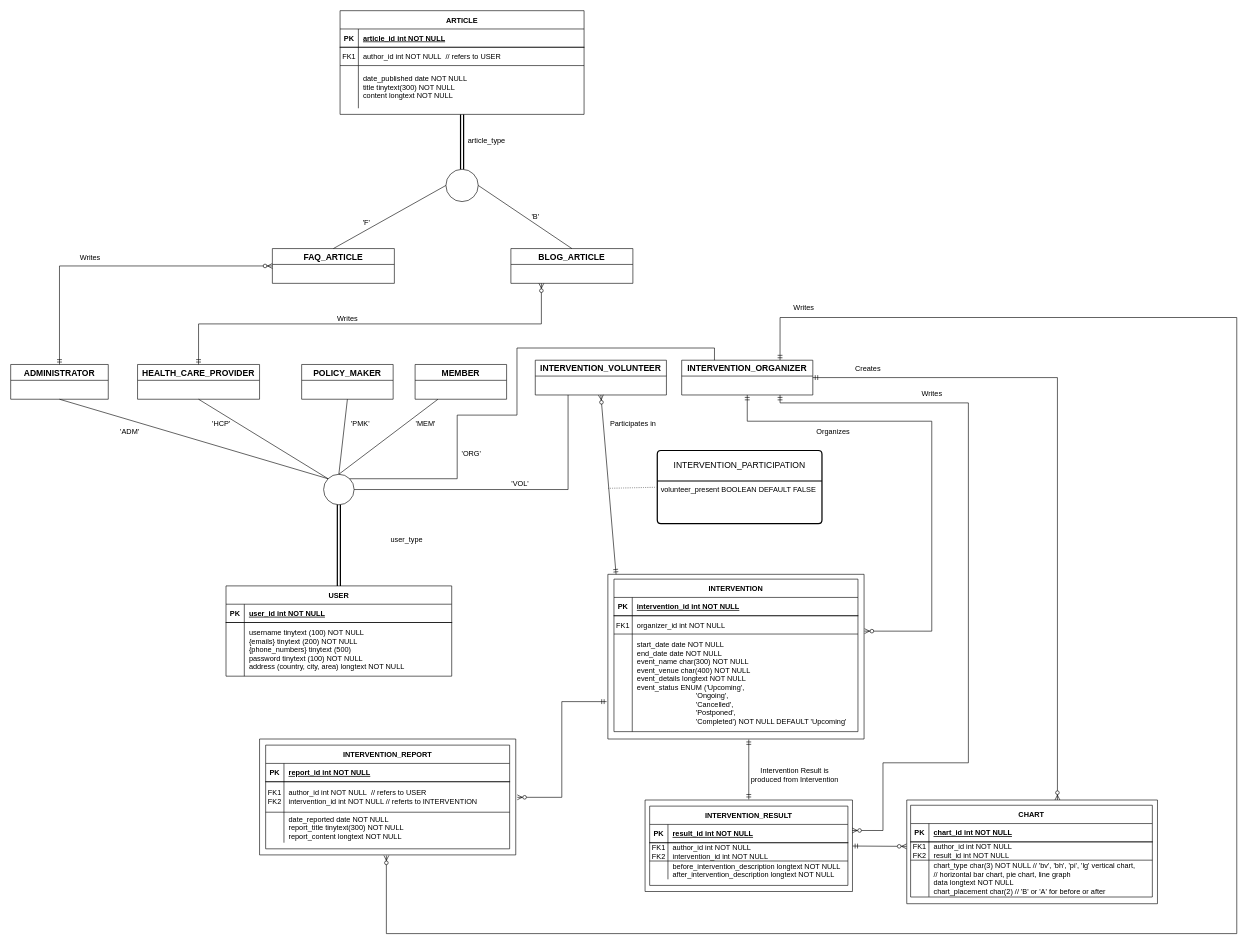
Above: EERD.drawio in BloodRiver/public-health-interventions (draw.io), before the change. Source tidied: cells renumbered, new cells numbered last; positions are measured from the earlier drawing's top-left corner, leaving out a move shared by most shapes. Both pictures are drawn from the tidied source at 61%, with x=0, y=0 at pixel (10, 10).
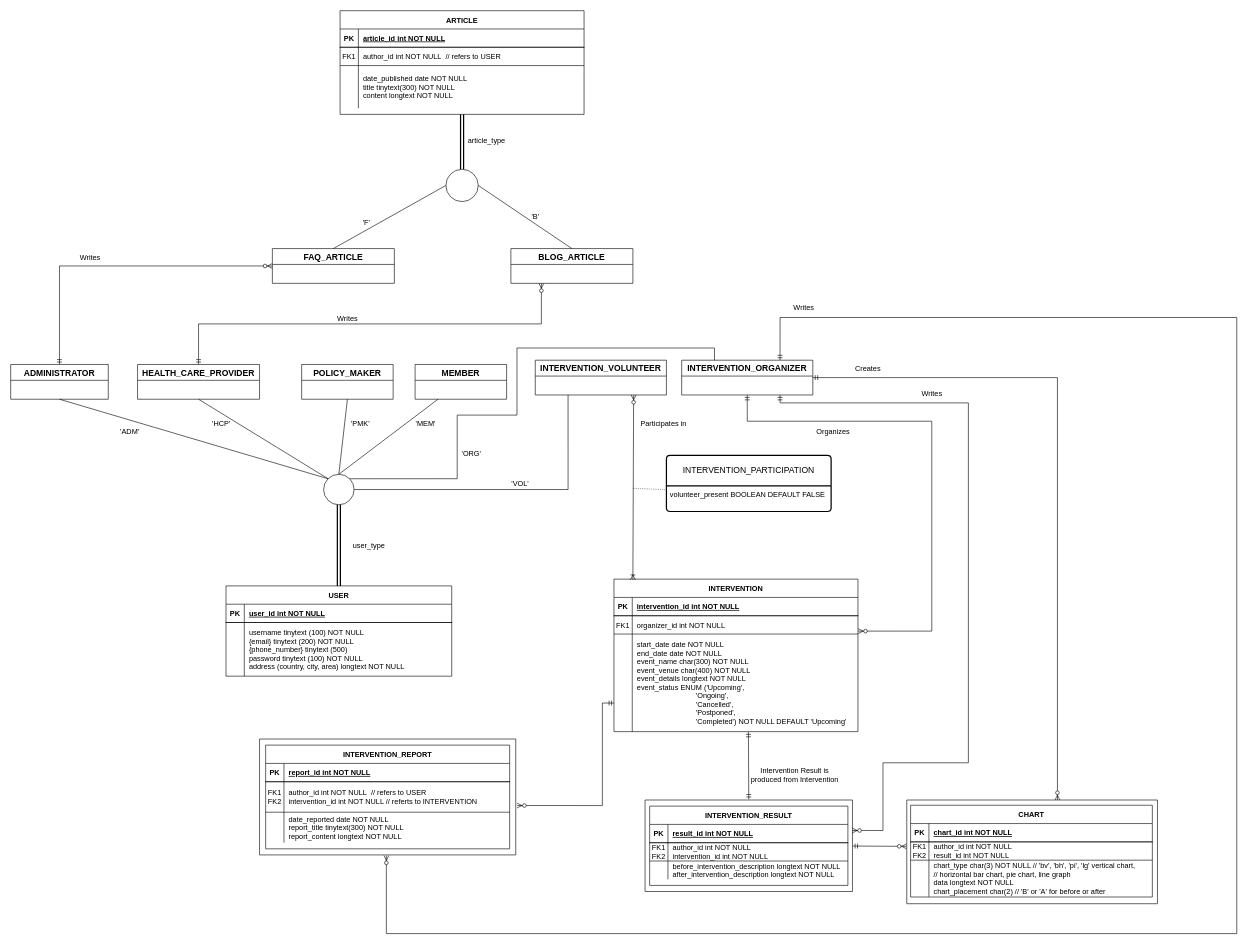
Above is the later version.

The change refers to these unchanged cells:
```xml
<mxCell id="6" style="shape=partialRectangle;fillColor=none;top=0;left=0;right=0;bottom=0;" parent="2" vertex="1">
  <mxGeometry y="60" width="370" height="88" as="geometry" />
</mxCell>
<mxCell id="10" style="group;" parent="1" vertex="1">
  <mxGeometry x="979" y="924" width="420" height="270" as="geometry" />
</mxCell>
<mxCell id="16" style="shape=partialRectangle;fillColor=none;points=[[0,0.5],[1,0.5]];portConstraint=eastwest;top=0;left=0;right=0;bottom=0;" parent="12" vertex="1">
  <mxGeometry y="60" width="400" height="30" as="geometry" />
</mxCell>
<mxCell id="19" style="shape=partialRectangle;fillColor=none;points=[[0,0.5],[1,0.5]];portConstraint=eastwest;top=0;left=0;right=0;bottom=0;" parent="12" vertex="1">
  <mxGeometry y="90" width="400" height="160" as="geometry" />
</mxCell>
<mxCell id="61" value="INTERVENTION_ORGANIZER" style="swimlane;fontStyle=1;horizontal=1;startSize=26;align=center;fontSize=14;" parent="1" vertex="1">
  <mxGeometry x="1100" y="573" width="215" height="57" as="geometry" />
</mxCell>
<mxCell id="62" value="INTERVENTION_VOLUNTEER" style="swimlane;fontStyle=1;horizontal=1;startSize=26;align=center;fontSize=14;" parent="1" vertex="1">
  <mxGeometry x="860" y="573" width="215" height="57" as="geometry" />
</mxCell>
<mxCell id="74" style="verticalLabelPosition=bottom;verticalAlign=top;html=1;shape=mxgraph.basic.rect;fillColor2=none;strokeWidth=1;size=20;indent=5;fillColor=none;" parent="73" vertex="1">
  <mxGeometry width="420" height="190" as="geometry" />
</mxCell>
```

Change to the diagram source:
```diff
@@
-    <mxCell id="8" value="username tinytext (100) NOT NULL&#10;{emails} tinytext (200) NOT NULL&#10;{phone_numbers} tinytext (500)&#10;password tinytext (100) NOT NULL&#10;address (country, city, area) longtext NOT NULL" style="shape=partialRectangle;overflow=hidden;fillColor=none;top=0;left=0;bottom=0;right=0;align=left;spacingLeft=6;" parent="6" vertex="1">
+    <mxCell id="8" value="username tinytext (100) NOT NULL&#10;{email} tinytext (200) NOT NULL&#10;{phone_number} tinytext (500)&#10;password tinytext (100) NOT NULL&#10;address (country, city, area) longtext NOT NULL" style="shape=partialRectangle;overflow=hidden;fillColor=none;top=0;left=0;bottom=0;right=0;align=left;spacingLeft=6;" parent="6" vertex="1">
       <mxGeometry x="30" width="340" height="88" as="geometry" />
     </mxCell>
-    <mxCell id="9" style="fontSize=12;html=1;endArrow=ERmandOne;startArrow=ERmandOne;rounded=0;entryX=0.55;entryY=1.003;entryDx=0;entryDy=0;entryPerimeter=0;" parent="1" edge="1" target="11">
+    <mxCell id="9" style="fontSize=12;html=1;endArrow=ERmandOne;startArrow=ERmandOne;rounded=0;entryX=0.551;entryY=1.003;entryDx=0;entryDy=0;entryPerimeter=0;" parent="1" edge="1" target="19">
       <mxGeometry relative="1" as="geometry">
         <mxPoint x="1210" y="1293" as="sourcePoint" />
       </mxGeometry>
     </mxCell>
@@
-    <mxCell id="11" style="verticalLabelPosition=bottom;verticalAlign=top;html=1;shape=mxgraph.basic.rect;fillColor2=none;strokeWidth=1;size=20;indent=5;fillColor=none;" parent="10" vertex="1">
-      <mxGeometry width="420" height="270" as="geometry" />
-    </mxCell>
@@
-    <mxCell id="58" style="edgeStyle=orthogonalEdgeStyle;fontSize=12;html=1;endArrow=ERzeroToMany;startArrow=ERmandOne;rounded=0;exitX=-0.005;exitY=0.773;exitDx=0;exitDy=0;exitPerimeter=0;entryX=1.006;entryY=0.503;entryDx=0;entryDy=0;entryPerimeter=0;" parent="1" edge="1" source="11" target="74">
-      <mxGeometry relative="1" as="geometry" />
+    <mxCell id="58" style="edgeStyle=orthogonalEdgeStyle;fontSize=12;html=1;endArrow=ERzeroToMany;startArrow=ERmandOne;rounded=0;exitX=0;exitY=0.707;exitDx=0;exitDy=0;exitPerimeter=0;entryX=1.005;entryY=0.574;entryDx=0;entryDy=0;entryPerimeter=0;" parent="1" edge="1" source="19" target="74">
+      <mxGeometry relative="1" as="geometry">
+        <Array as="points">
+          <mxPoint x="970" y="1135" />
+          <mxPoint x="841" y="1303" />
+        </Array>
+      </mxGeometry>
     </mxCell>
@@
-    <mxCell id="85" style="fontSize=12;html=1;endArrow=ERzeroToMany;startArrow=ERmandOne;rounded=0;exitX=0.5;exitY=1;exitDx=0;exitDy=0;entryX=1.002;entryY=0.345;entryDx=0;entryDy=0;entryPerimeter=0;edgeStyle=orthogonalEdgeStyle;" parent="1" edge="1" source="61" target="11">
+    <mxCell id="85" style="fontSize=12;html=1;endArrow=ERzeroToMany;startArrow=ERmandOne;rounded=0;exitX=0.5;exitY=1;exitDx=0;exitDy=0;entryX=1.001;entryY=0.841;entryDx=0;entryDy=0;entryPerimeter=0;edgeStyle=orthogonalEdgeStyle;" parent="1" edge="1" source="61" target="16">
       <mxGeometry relative="1" as="geometry">
         <Array as="points">
           <mxPoint x="1208" y="673" />
           <mxPoint x="1510" y="673" />
           <mxPoint x="1510" y="1017" />
         </Array>
       </mxGeometry>
     </mxCell>
@@
     <mxCell id="96" value="user_type" style="text;html=1;align=center;verticalAlign=middle;strokeColor=none;fillColor=none;" parent="1" vertex="1">
-      <mxGeometry x="609" y="853" width="80" height="30" as="geometry" />
+      <mxGeometry x="547" y="863" width="80" height="30" as="geometry" />
     </mxCell>
@@
     <mxCell id="104" value="Participates in" style="text;html=1;align=center;verticalAlign=middle;strokeColor=none;fillColor=none;" parent="1" vertex="1">
-      <mxGeometry x="970" y="663" width="100" height="30" as="geometry" />
+      <mxGeometry x="1020" y="663" width="100" height="30" as="geometry" />
     </mxCell>
@@
-    <mxCell id="114" style="fontSize=12;html=1;endArrow=ERzeroToMany;startArrow=ERmandOne;rounded=0;entryX=0.5;entryY=1;entryDx=0;entryDy=0;exitX=0.032;exitY=0;exitDx=0;exitDy=0;exitPerimeter=0;" parent="1" edge="1" source="11" target="62">
-      <mxGeometry relative="1" as="geometry" />
-    </mxCell>
     <mxCell id="115" style="endArrow=none;html=1;rounded=0;dashed=1;dashPattern=1 2;entryX=-0.007;entryY=0.147;entryDx=0;entryDy=0;entryPerimeter=0;" parent="1" edge="1" target="117">
       <mxGeometry relative="1" as="geometry">
-        <mxPoint x="980" y="783" as="sourcePoint" />
+        <mxPoint x="1020" y="783" as="sourcePoint" />
       </mxGeometry>
     </mxCell>
     <mxCell id="116" value="INTERVENTION_PARTICIPATION" style="swimlane;horizontal=1;startSize=50;rounded=1;fontSize=14;fontStyle=0;strokeWidth=2;shadow=0;dashed=0;align=center;arcSize=4;whiteSpace=wrap;html=1;" parent="1" vertex="1">
-      <mxGeometry x="1060" y="721" width="270" height="120" as="geometry" />
+      <mxGeometry x="1075" y="729" width="270" height="92" as="geometry" />
     </mxCell>
     <mxCell id="117" value="volunteer_present BOOLEAN DEFAULT FALSE&amp;nbsp;" style="align=left;strokeColor=none;fillColor=none;spacingLeft=4;fontSize=12;verticalAlign=top;html=1;" parent="116" vertex="1">
-      <mxGeometry y="50" width="270" height="70" as="geometry" />
+      <mxGeometry y="50" width="270" height="42" as="geometry" />
     </mxCell>
+    <mxCell id="118" style="fontSize=12;html=1;endArrow=ERoneToMany;startArrow=ERzeroToMany;rounded=0;exitX=0.75;exitY=1;exitDx=0;exitDy=0;" parent="1" edge="1" source="62">
+      <mxGeometry relative="1" as="geometry">
+        <mxPoint x="1020" y="933" as="targetPoint" />
+      </mxGeometry>
+    </mxCell>
```
